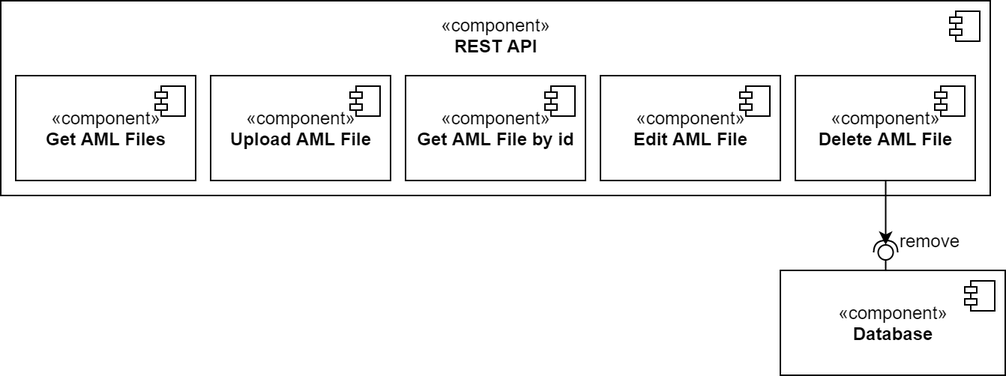
Earlier version of the draw.io export PROJECT/MODs (Modul Documentations)/assets/components_REST_API_SUB5.png (NurNils/aml-nosql-database-management). Source tidied: cells renumbered, new cells last; positions are measured from the earlier drawing's top-left corner, leaving out a move shared by most shapes.
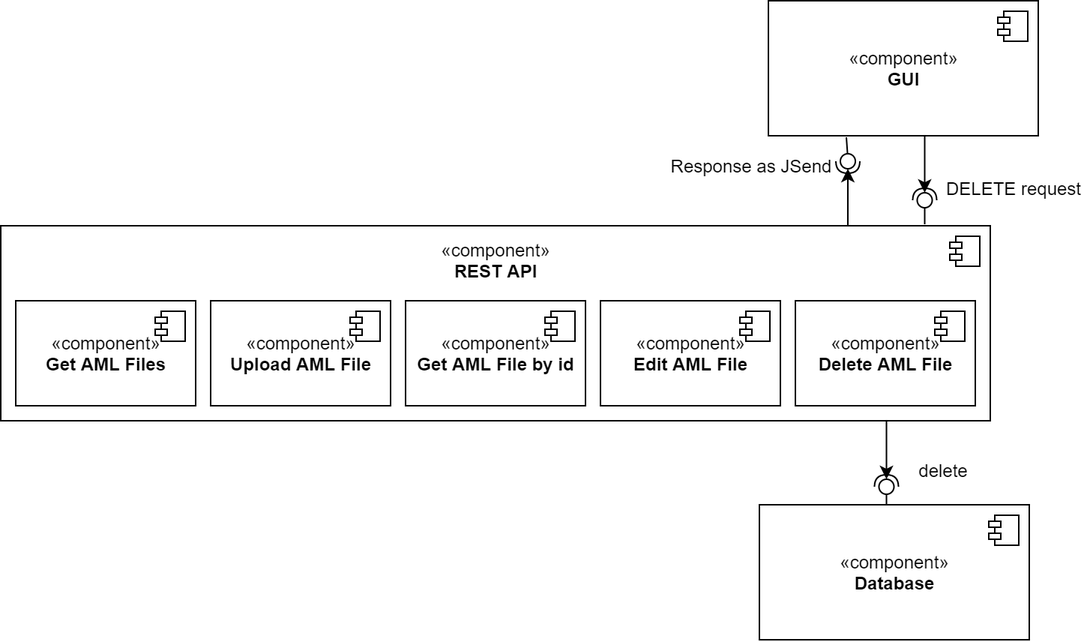
The same file after the commit.

Commit message:
Updated component diagrams

Diff of the diagram source:
```diff
@@ -2,92 +2,150 @@
   <root>
     <mxCell id="0" />
     <mxCell id="1" parent="0" />
-    <mxCell id="2" style="shape=module;jettyWidth=8;jettyHeight=4;" parent="1" vertex="1">
-      <mxGeometry x="393" y="2" width="20" height="20" as="geometry" />
-    </mxCell>
-    <mxCell id="3" style="group;" parent="1" vertex="1">
-      <mxGeometry width="660" height="170" as="geometry" />
-    </mxCell>
+    <mxCell id="24" style="group;rotation=90;" parent="1" vertex="1">
+      <mxGeometry x="254" y="-31" width="77.5" height="10" as="geometry" />
+    </mxCell>
+    <mxCell id="25" style="rounded=0;jettySize=auto;html=1;endArrow=none;endFill=0;" parent="24" edge="1" target="27">
+      <mxGeometry relative="1" as="geometry">
+        <mxPoint x="324" y="-34" as="sourcePoint" />
+      </mxGeometry>
+    </mxCell>
+    <mxCell id="26" style="rounded=0;jettySize=auto;html=1;endArrow=halfCircle;endFill=0;entryX=0.5;entryY=0.5;entryDx=0;entryDy=0;endSize=6;strokeWidth=1;" parent="24" edge="1" target="27">
+      <mxGeometry relative="1" as="geometry">
+        <mxPoint x="325" y="-6" as="sourcePoint" />
+      </mxGeometry>
+    </mxCell>
+    <mxCell id="27" style="ellipse;whiteSpace=wrap;html=1;fontFamily=Helvetica;fontSize=12;fontColor=#000000;align=center;strokeColor=#000000;fillColor=#ffffff;points=[];rotation=90;" parent="24" vertex="1">
+      <mxGeometry x="320" y="-23" width="10" height="10" as="geometry" />
+    </mxCell>
+    <mxCell id="28" style="endArrow=classic;html=1;" parent="24" edge="1">
+      <mxGeometry relative="1" as="geometry">
+        <mxPoint x="325" y="36" as="sourcePoint" />
+        <mxPoint x="325" y="-13" as="targetPoint" />
+      </mxGeometry>
+    </mxCell>
+    <mxCell id="29" style="group;rotation=-90;" parent="1" vertex="1">
+      <mxGeometry x="591.2" y="-51" width="77.5" height="10" as="geometry" />
+    </mxCell>
+    <mxCell id="30" style="rounded=0;jettySize=auto;html=1;endArrow=none;endFill=0;" parent="29" edge="1" target="32">
+      <mxGeometry relative="1" as="geometry">
+        <mxPoint x="39" y="44" as="sourcePoint" />
+      </mxGeometry>
+    </mxCell>
+    <mxCell id="31" style="rounded=0;jettySize=auto;html=1;endArrow=halfCircle;endFill=0;entryX=0.5;entryY=0.5;entryDx=0;entryDy=0;endSize=6;strokeWidth=1;" parent="29" edge="1" target="32">
+      <mxGeometry relative="1" as="geometry">
+        <mxPoint x="39" y="16" as="sourcePoint" />
+      </mxGeometry>
+    </mxCell>
+    <mxCell id="32" style="ellipse;whiteSpace=wrap;html=1;fontFamily=Helvetica;fontSize=12;fontColor=#000000;align=center;strokeColor=#000000;fillColor=#ffffff;points=[];rotation=-90;" parent="29" vertex="1">
+      <mxGeometry x="34" y="23" width="10" height="10" as="geometry" />
+    </mxCell>
+    <mxCell id="33" style="endArrow=classic;html=1;" parent="29" edge="1">
+      <mxGeometry relative="1" as="geometry">
+        <mxPoint x="39" y="-26" as="sourcePoint" />
+        <mxPoint x="39" y="23" as="targetPoint" />
+      </mxGeometry>
+    </mxCell>
+    <mxCell id="34" value="Response as JSend" style="text;html=1;strokeColor=none;fillColor=none;align=center;verticalAlign=middle;whiteSpace=wrap;rounded=0;" parent="1" vertex="1">
+      <mxGeometry x="460" y="-56" width="110" height="20" as="geometry" />
+    </mxCell>
+    <mxCell id="35" style="shape=module;jettyWidth=8;jettyHeight=4;" parent="1" vertex="1">
+      <mxGeometry x="407" y="-4" width="20" height="20" as="geometry" />
+    </mxCell>
+    <mxCell id="36" value="DELETE request" style="text;html=1;strokeColor=none;fillColor=none;align=center;verticalAlign=middle;whiteSpace=wrap;rounded=0;" parent="1" vertex="1">
+      <mxGeometry x="640" y="-41" width="100" height="20" as="geometry" />
+    </mxCell>
+    <mxCell id="37" style="group;" parent="1" vertex="1">
+      <mxGeometry x="14" y="-6" width="660" height="170" as="geometry" />
+    </mxCell>
+    <mxCell id="38" style="group;rotation=-90;" parent="37" vertex="1">
+      <mxGeometry x="437.2" y="146" width="77.5" height="10" as="geometry" />
+    </mxCell>
+    <mxCell id="39" style="rounded=0;jettySize=auto;html=1;endArrow=none;endFill=0;" parent="38" edge="1" target="41">
+      <mxGeometry relative="1" as="geometry">
+        <mxPoint x="153.5" y="44" as="sourcePoint" />
+      </mxGeometry>
+    </mxCell>
+    <mxCell id="40" style="rounded=0;jettySize=auto;html=1;endArrow=halfCircle;endFill=0;entryX=0.5;entryY=0.5;entryDx=0;entryDy=0;endSize=6;strokeWidth=1;" parent="38" edge="1" target="41">
+      <mxGeometry relative="1" as="geometry">
+        <mxPoint x="153.5" y="16" as="sourcePoint" />
+      </mxGeometry>
+    </mxCell>
+    <mxCell id="41" style="ellipse;whiteSpace=wrap;html=1;fontFamily=Helvetica;fontSize=12;fontColor=#000000;align=center;strokeColor=#000000;fillColor=#ffffff;points=[];rotation=-90;" parent="38" vertex="1">
+      <mxGeometry x="148.5" y="23" width="10" height="10" as="geometry" />
+    </mxCell>
+    <mxCell id="42" style="endArrow=classic;html=1;" parent="38" edge="1">
+      <mxGeometry relative="1" as="geometry">
+        <mxPoint x="153.5" y="-26" as="sourcePoint" />
+        <mxPoint x="153.5" y="23" as="targetPoint" />
+      </mxGeometry>
+    </mxCell>
-    <mxCell id="4" value="«component»&lt;br&gt;&lt;b&gt;REST API&lt;br&gt;&lt;br&gt;&lt;br&gt;&lt;br&gt;&lt;br&gt;&lt;br&gt;&lt;br&gt;&lt;/b&gt;" style="html=1;" parent="3" vertex="1">
+    <mxCell id="4" value="«component»&lt;br&gt;&lt;b&gt;REST API&lt;br&gt;&lt;br&gt;&lt;br&gt;&lt;br&gt;&lt;br&gt;&lt;br&gt;&lt;br&gt;&lt;/b&gt;" style="html=1;" parent="37" vertex="1">
       <mxGeometry width="660" height="130" as="geometry" />
     </mxCell>
-    <mxCell id="5" style="shape=module;jettyWidth=8;jettyHeight=4;" parent="4" vertex="1">
-      <mxGeometry x="1" width="20" height="20" relative="1" as="geometry">
-        <mxPoint x="-27" y="7" as="offset" />
-      </mxGeometry>
-    </mxCell>
-    <mxCell id="6" style="group;rotation=-90;" parent="3" vertex="1">
-      <mxGeometry x="531.2" y="140" width="77.5" height="10" as="geometry" />
-    </mxCell>
-    <mxCell id="7" style="rounded=0;jettySize=auto;html=1;endArrow=halfCircle;endFill=0;entryX=0.5;entryY=0.5;entryDx=0;entryDy=0;endSize=6;strokeWidth=1;" parent="6" edge="1" target="8">
-      <mxGeometry relative="1" as="geometry">
-        <mxPoint x="59" y="16" as="sourcePoint" />
-      </mxGeometry>
-    </mxCell>
-    <mxCell id="8" style="ellipse;whiteSpace=wrap;html=1;fontFamily=Helvetica;fontSize=12;fontColor=#000000;align=center;strokeColor=#000000;fillColor=#ffffff;points=[];rotation=-90;" parent="6" vertex="1">
-      <mxGeometry x="54" y="23" width="10" height="10" as="geometry" />
-    </mxCell>
-    <mxCell id="9" style="rounded=0;jettySize=auto;html=1;endArrow=none;endFill=0;" parent="6" edge="1" target="8">
-      <mxGeometry relative="1" as="geometry">
-        <mxPoint x="59" y="44" as="sourcePoint" />
-      </mxGeometry>
-    </mxCell>
-    <mxCell id="10" style="endArrow=classic;html=1;" parent="6" edge="1">
-      <mxGeometry relative="1" as="geometry">
-        <mxPoint x="59" y="-26" as="sourcePoint" />
-        <mxPoint x="59" y="23" as="targetPoint" />
-      </mxGeometry>
-    </mxCell>
+    <mxCell id="43" style="shape=module;jettyWidth=8;jettyHeight=4;" parent="4" vertex="1">
+      <mxGeometry x="1" width="20" height="20" relative="1" as="geometry">
+        <mxPoint x="-27" y="7" as="offset" />
+      </mxGeometry>
+    </mxCell>
-    <mxCell id="11" value="«component»&lt;br&gt;&lt;b&gt;Get AML Files&lt;/b&gt;" style="html=1;" parent="3" vertex="1">
+    <mxCell id="11" value="«component»&lt;br&gt;&lt;b&gt;Get AML Files&lt;/b&gt;" style="html=1;" parent="37" vertex="1">
       <mxGeometry x="10" y="50" width="120" height="70" as="geometry" />
     </mxCell>
-    <mxCell id="12" style="shape=module;jettyWidth=8;jettyHeight=4;" parent="11" vertex="1">
-      <mxGeometry x="1" width="20" height="20" relative="1" as="geometry">
-        <mxPoint x="-27" y="7" as="offset" />
-      </mxGeometry>
-    </mxCell>
+    <mxCell id="44" style="shape=module;jettyWidth=8;jettyHeight=4;" parent="11" vertex="1">
+      <mxGeometry x="1" width="20" height="20" relative="1" as="geometry">
+        <mxPoint x="-27" y="7" as="offset" />
+      </mxGeometry>
+    </mxCell>
-    <mxCell id="13" value="«component»&lt;br&gt;&lt;b&gt;Upload AML File&lt;/b&gt;" style="html=1;" parent="3" vertex="1">
+    <mxCell id="13" value="«component»&lt;br&gt;&lt;b&gt;Upload AML File&lt;/b&gt;" style="html=1;" parent="37" vertex="1">
       <mxGeometry x="140" y="50" width="120" height="70" as="geometry" />
     </mxCell>
-    <mxCell id="14" style="shape=module;jettyWidth=8;jettyHeight=4;" parent="13" vertex="1">
-      <mxGeometry x="1" width="20" height="20" relative="1" as="geometry">
-        <mxPoint x="-27" y="7" as="offset" />
-      </mxGeometry>
-    </mxCell>
+    <mxCell id="45" style="shape=module;jettyWidth=8;jettyHeight=4;" parent="13" vertex="1">
+      <mxGeometry x="1" width="20" height="20" relative="1" as="geometry">
+        <mxPoint x="-27" y="7" as="offset" />
+      </mxGeometry>
+    </mxCell>
-    <mxCell id="15" value="«component»&lt;br&gt;&lt;b&gt;Get AML File by id&lt;/b&gt;" style="html=1;" parent="3" vertex="1">
+    <mxCell id="15" value="«component»&lt;br&gt;&lt;b&gt;Get AML File by id&lt;/b&gt;" style="html=1;" parent="37" vertex="1">
       <mxGeometry x="270" y="50" width="120" height="70" as="geometry" />
     </mxCell>
-    <mxCell id="16" style="shape=module;jettyWidth=8;jettyHeight=4;" parent="15" vertex="1">
-      <mxGeometry x="1" width="20" height="20" relative="1" as="geometry">
-        <mxPoint x="-27" y="7" as="offset" />
-      </mxGeometry>
-    </mxCell>
+    <mxCell id="46" style="shape=module;jettyWidth=8;jettyHeight=4;" parent="15" vertex="1">
+      <mxGeometry x="1" width="20" height="20" relative="1" as="geometry">
+        <mxPoint x="-27" y="7" as="offset" />
+      </mxGeometry>
+    </mxCell>
-    <mxCell id="17" value="«component»&lt;br&gt;&lt;b&gt;Edit AML File&lt;/b&gt;" style="html=1;" parent="3" vertex="1">
+    <mxCell id="17" value="«component»&lt;br&gt;&lt;b&gt;Edit AML File&lt;/b&gt;" style="html=1;" parent="37" vertex="1">
       <mxGeometry x="400" y="50" width="120" height="70" as="geometry" />
     </mxCell>
-    <mxCell id="18" style="shape=module;jettyWidth=8;jettyHeight=4;" parent="17" vertex="1">
-      <mxGeometry x="1" width="20" height="20" relative="1" as="geometry">
-        <mxPoint x="-27" y="7" as="offset" />
-      </mxGeometry>
-    </mxCell>
+    <mxCell id="47" style="shape=module;jettyWidth=8;jettyHeight=4;" parent="17" vertex="1">
+      <mxGeometry x="1" width="20" height="20" relative="1" as="geometry">
+        <mxPoint x="-27" y="7" as="offset" />
+      </mxGeometry>
+    </mxCell>
-    <mxCell id="19" value="«component»&lt;br&gt;&lt;b&gt;Delete AML File&lt;/b&gt;" style="html=1;" parent="3" vertex="1">
+    <mxCell id="19" value="«component»&lt;br&gt;&lt;b&gt;Delete AML File&lt;/b&gt;" style="html=1;" parent="37" vertex="1">
       <mxGeometry x="530" y="50" width="120" height="70" as="geometry" />
     </mxCell>
-    <mxCell id="20" style="shape=module;jettyWidth=8;jettyHeight=4;" parent="19" vertex="1">
-      <mxGeometry x="1" width="20" height="20" relative="1" as="geometry">
-        <mxPoint x="-27" y="7" as="offset" />
-      </mxGeometry>
-    </mxCell>
-    <mxCell id="21" value="remove" style="text;html=1;strokeColor=none;fillColor=none;align=center;verticalAlign=middle;whiteSpace=wrap;rounded=0;" parent="3" vertex="1">
-      <mxGeometry x="600" y="150" width="40" height="20" as="geometry" />
-    </mxCell>
+    <mxCell id="48" style="shape=module;jettyWidth=8;jettyHeight=4;" parent="19" vertex="1">
+      <mxGeometry x="1" width="20" height="20" relative="1" as="geometry">
+        <mxPoint x="-27" y="7" as="offset" />
+      </mxGeometry>
+    </mxCell>
     <mxCell id="22" value="«component»&lt;br&gt;&lt;b&gt;Database&lt;/b&gt;" style="html=1;" parent="1" vertex="1">
-      <mxGeometry x="520" y="180" width="150" height="70" as="geometry" />
+      <mxGeometry x="520" y="180" width="180" height="90" as="geometry" />
     </mxCell>
-    <mxCell id="23" style="shape=module;jettyWidth=8;jettyHeight=4;" parent="22" vertex="1">
-      <mxGeometry x="1" width="20" height="20" relative="1" as="geometry">
-        <mxPoint x="-27" y="7" as="offset" />
-      </mxGeometry>
-    </mxCell>
+    <mxCell id="49" style="shape=module;jettyWidth=8;jettyHeight=4;" parent="22" vertex="1">
+      <mxGeometry x="1" width="20" height="20" relative="1" as="geometry">
+        <mxPoint x="-27" y="7" as="offset" />
+      </mxGeometry>
+    </mxCell>
+    <mxCell id="50" value="delete" style="text;html=1;strokeColor=none;fillColor=none;align=center;verticalAlign=middle;whiteSpace=wrap;rounded=0;" parent="1" vertex="1">
+      <mxGeometry x="614.5" y="144" width="55.5" height="26" as="geometry" />
+    </mxCell>
+    <mxCell id="51" value="«component»&lt;br&gt;&lt;b&gt;GUI&lt;/b&gt;" style="html=1;" parent="1" vertex="1">
+      <mxGeometry x="526" y="-156" width="180" height="90" as="geometry" />
+    </mxCell>
+    <mxCell id="52" style="shape=module;jettyWidth=8;jettyHeight=4;" parent="51" vertex="1">
+      <mxGeometry x="1" width="20" height="20" relative="1" as="geometry">
+        <mxPoint x="-27" y="7" as="offset" />
+      </mxGeometry>
+    </mxCell>
   </root>
 </mxGraphModel>
```
